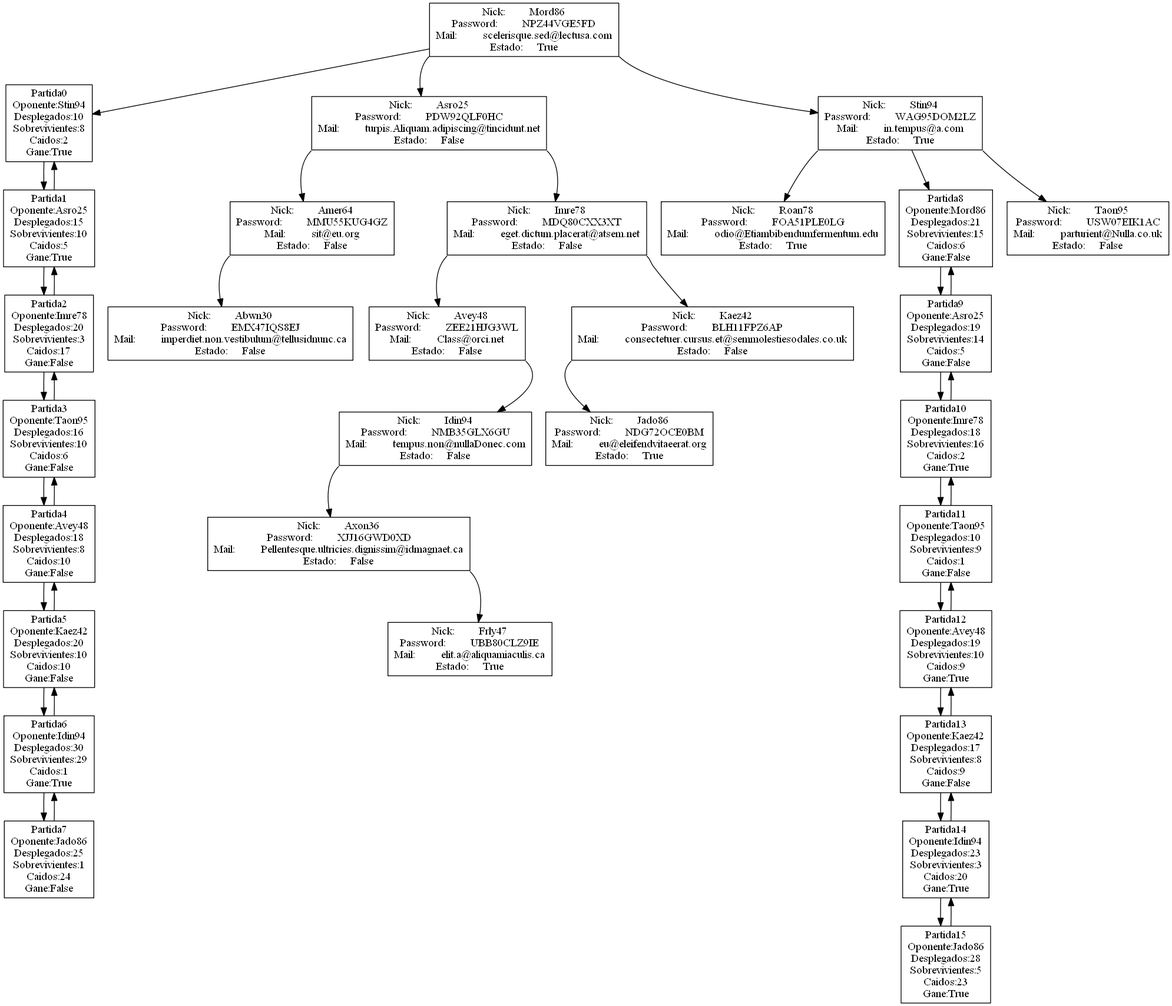
Above: Proyecto_fase1/WSproyecto1/WebApplication1/Imagenes/arbolBin.png in jocaqes/EDD_201212921 (Graphviz), before the change. Its source is kept beside it as Proyecto_fase1/WSproyecto1/WSproyecto1/Imagen/arbolBin.dot.
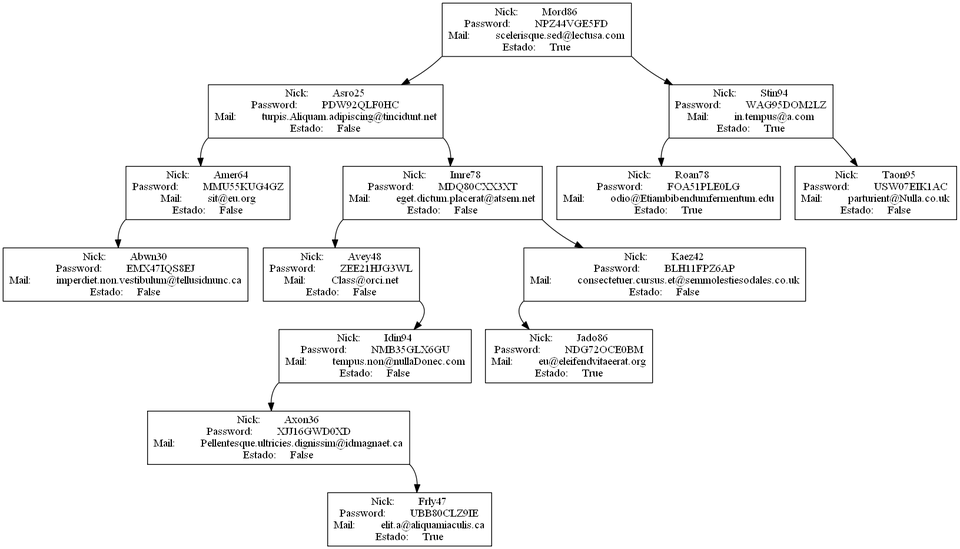
Above is the later version.

Diff of the diagram source:
```diff
@@ -3,69 +3,6 @@
 Password:	NPZ44VGE5FD
 Mail:	scelerisque.sed@lectusa.com
 Estado:	True";shape=box]
-Mord86->juego0;
-juego0[label="Partida0
-Oponente:Stin94
-Desplegados:10
-Sobrevivientes:8
-Caidos:2
-Gane:True";shape=box];
-juego1[label="Partida1
-Oponente:Asro25
-Desplegados:15
-Sobrevivientes:10
-Caidos:5
-Gane:True";shape=box];
-juego1->juego0;
-juego0->juego1;
-juego2[label="Partida2
-Oponente:Imre78
-Desplegados:20
-Sobrevivientes:3
-Caidos:17
-Gane:False";shape=box];
-juego2->juego1;
-juego1->juego2;
-juego3[label="Partida3
-Oponente:Taon95
-Desplegados:16
-Sobrevivientes:10
-Caidos:6
-Gane:False";shape=box];
-juego3->juego2;
-juego2->juego3;
-juego4[label="Partida4
-Oponente:Avey48
-Desplegados:18
-Sobrevivientes:8
-Caidos:10
-Gane:False";shape=box];
-juego4->juego3;
-juego3->juego4;
-juego5[label="Partida5
-Oponente:Kaez42
-Desplegados:20
-Sobrevivientes:10
-Caidos:10
-Gane:False";shape=box];
-juego5->juego4;
-juego4->juego5;
-juego6[label="Partida6
-Oponente:Idin94
-Desplegados:30
-Sobrevivientes:29
-Caidos:1
-Gane:True";shape=box];
-juego6->juego5;
-juego5->juego6;
-juego7[label="Partida7
-Oponente:Jado86
-Desplegados:25
-Sobrevivientes:1
-Caidos:24
-Gane:False";shape=box];
-juego7->juego6;
-juego6->juego7;
 Mord86:sw->Asro25
 Mord86:se->Stin94
 Asro25[label="Nick:	Asro25
@@ -121,69 +58,6 @@
 Password:	WAG95DOM2LZ
 Mail:	in.tempus@a.com
 Estado:	True";shape=box]
-Stin94->juego8;
-juego8[label="Partida8
-Oponente:Mord86
-Desplegados:21
-Sobrevivientes:15
-Caidos:6
-Gane:False";shape=box];
-juego9[label="Partida9
-Oponente:Asro25
-Desplegados:19
-Sobrevivientes:14
-Caidos:5
-Gane:False";shape=box];
-juego9->juego8;
-juego8->juego9;
-juego10[label="Partida10
-Oponente:Imre78
-Desplegados:18
-Sobrevivientes:16
-Caidos:2
-Gane:True";shape=box];
-juego10->juego9;
-juego9->juego10;
-juego11[label="Partida11
-Oponente:Taon95
-Desplegados:10
-Sobrevivientes:9
-Caidos:1
-Gane:False";shape=box];
-juego11->juego10;
-juego10->juego11;
-juego12[label="Partida12
-Oponente:Avey48
-Desplegados:19
-Sobrevivientes:10
-Caidos:9
-Gane:True";shape=box];
-juego12->juego11;
-juego11->juego12;
-juego13[label="Partida13
-Oponente:Kaez42
-Desplegados:17
-Sobrevivientes:8
-Caidos:9
-Gane:False";shape=box];
-juego13->juego12;
-juego12->juego13;
-juego14[label="Partida14
-Oponente:Idin94
-Desplegados:23
-Sobrevivientes:3
-Caidos:20
-Gane:True";shape=box];
-juego14->juego13;
-juego13->juego14;
-juego15[label="Partida15
-Oponente:Jado86
-Desplegados:28
-Sobrevivientes:5
-Caidos:23
-Gane:True";shape=box];
-juego15->juego14;
-juego14->juego15;
 Stin94:sw->Roan78
 Stin94:se->Taon95
 Roan78[label="Nick:	Roan78
```
